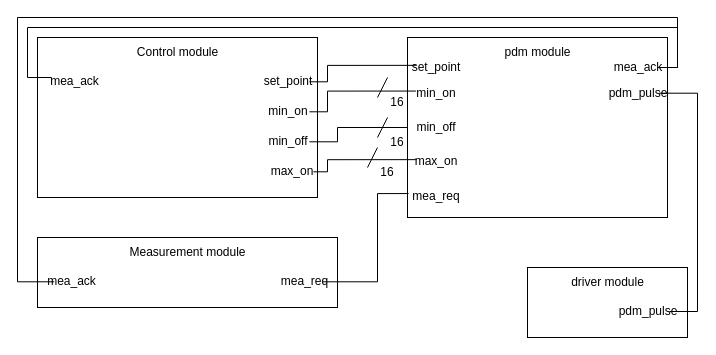
This is Oblig7/pdm_block_diagram.drawio from jrundht/IN3160, a draw.io file, before an edit. Source tidied: cells renumbered, new cells numbered last; positions are measured from the earlier drawing's top-left corner, leaving out a move shared by most shapes. Both pictures are drawn from the tidied source at 100%, with x=0, y=0 at pixel (17, 17).
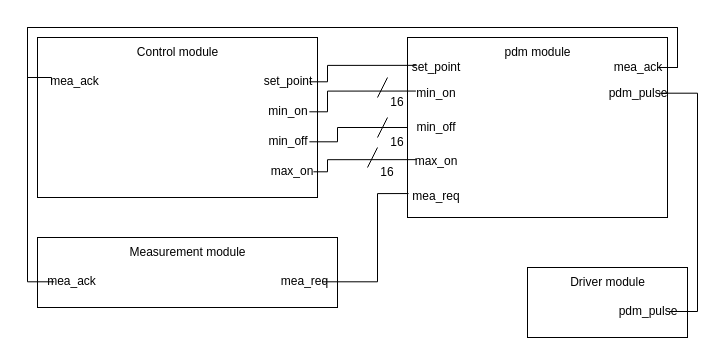
The same page after the edit.

The change refers to these unchanged cells:
```xml
<mxCell id="9" value="mea_ack" style="text;html=1;align=center;verticalAlign=middle;whiteSpace=wrap;rounded=0;" parent="2" vertex="1">
  <mxGeometry x="209.7" y="25.7" width="41.9" height="8.6" as="geometry" />
</mxCell>
<mxCell id="15" value="mea_ack" style="text;html=1;align=center;verticalAlign=middle;whiteSpace=wrap;rounded=0;" parent="12" vertex="1">
  <mxGeometry x="16.7" y="40" width="34.9" height="8.6" as="geometry" />
</mxCell>
<mxCell id="25" style="group;" parent="1" vertex="1">
  <mxGeometry x="510" y="250" width="160" height="70" as="geometry" />
</mxCell>
```

The edit, as a diff of the source:
```diff
@@
-    <mxCell id="27" value="driver module" style="text;html=1;align=center;verticalAlign=middle;whiteSpace=wrap;rounded=0;" parent="25" vertex="1">
+    <mxCell id="27" value="Driver module" style="text;html=1;align=center;verticalAlign=middle;whiteSpace=wrap;rounded=0;" parent="25" vertex="1">
       <mxGeometry x="19.6" y="10" width="120.8" height="10" as="geometry" />
     </mxCell>
@@
     <mxCell id="31" style="edgeStyle=orthogonalEdgeStyle;rounded=0;jettySize=auto;html=1;entryX=0;entryY=0.5;entryDx=0;entryDy=0;endArrow=none;endFill=0;" parent="1" edge="1" source="9" target="15">
       <mxGeometry relative="1" as="geometry">
         <Array as="points">
           <mxPoint x="660" y="50" />
-          <mxPoint x="660" />
-          <mxPoint />
-          <mxPoint y="264" />
+          <mxPoint x="660" y="10" />
+          <mxPoint x="10" y="10" />
+          <mxPoint x="10" y="264" />
         </Array>
       </mxGeometry>
     </mxCell>
```
